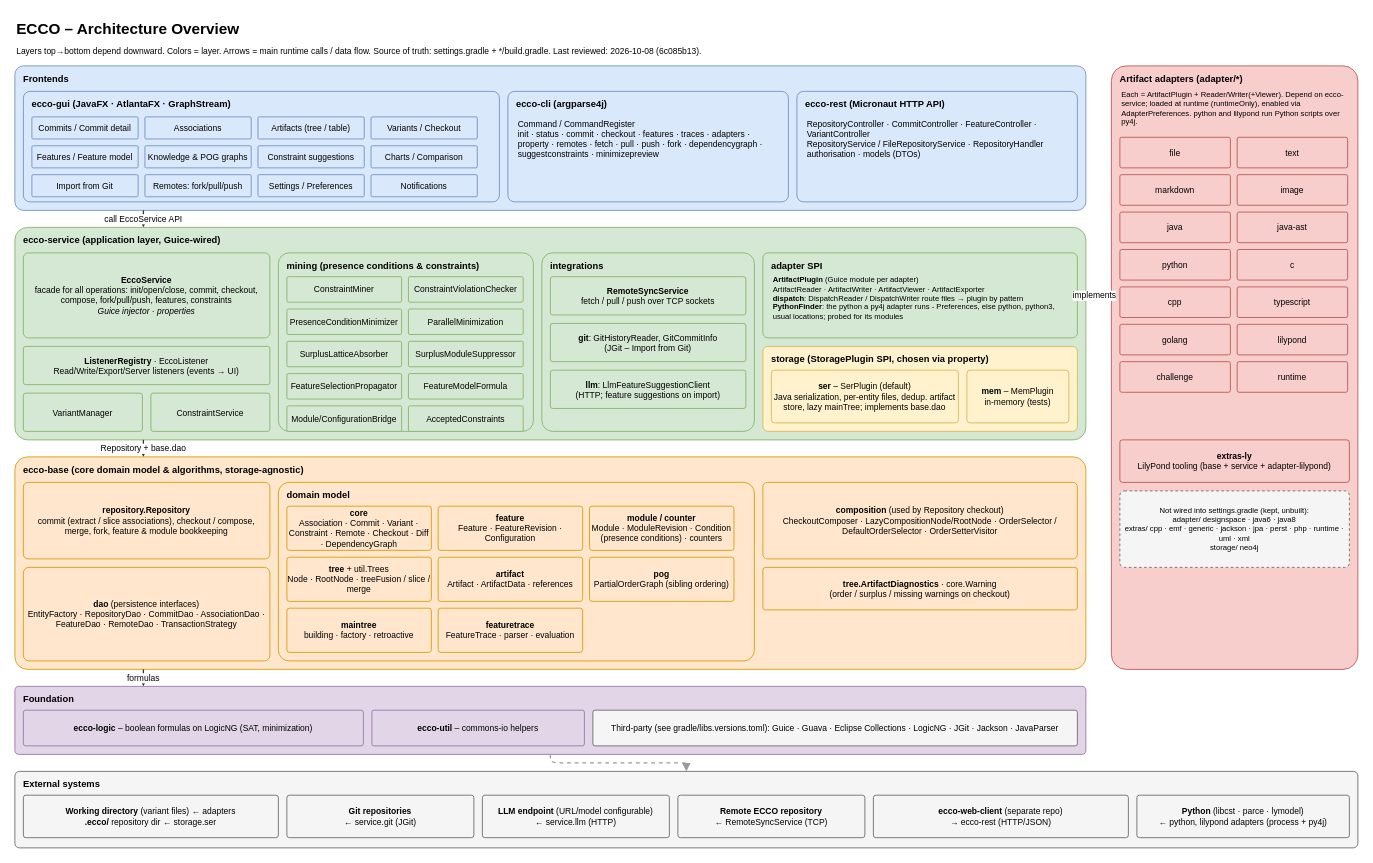
jku-isse/ecco keeps this draw.io diagram as page "Architecture" (1 of 2) of doc/ecco-architecture.drawio. Above is the earlier version. Source tidied: cells renumbered, new cells numbered last; positions are measured from the earlier drawing's top-left corner, leaving out a move shared by most shapes. Both pictures are drawn from the tidied source at 85%, with x=0, y=0 at pixel (14, 14).
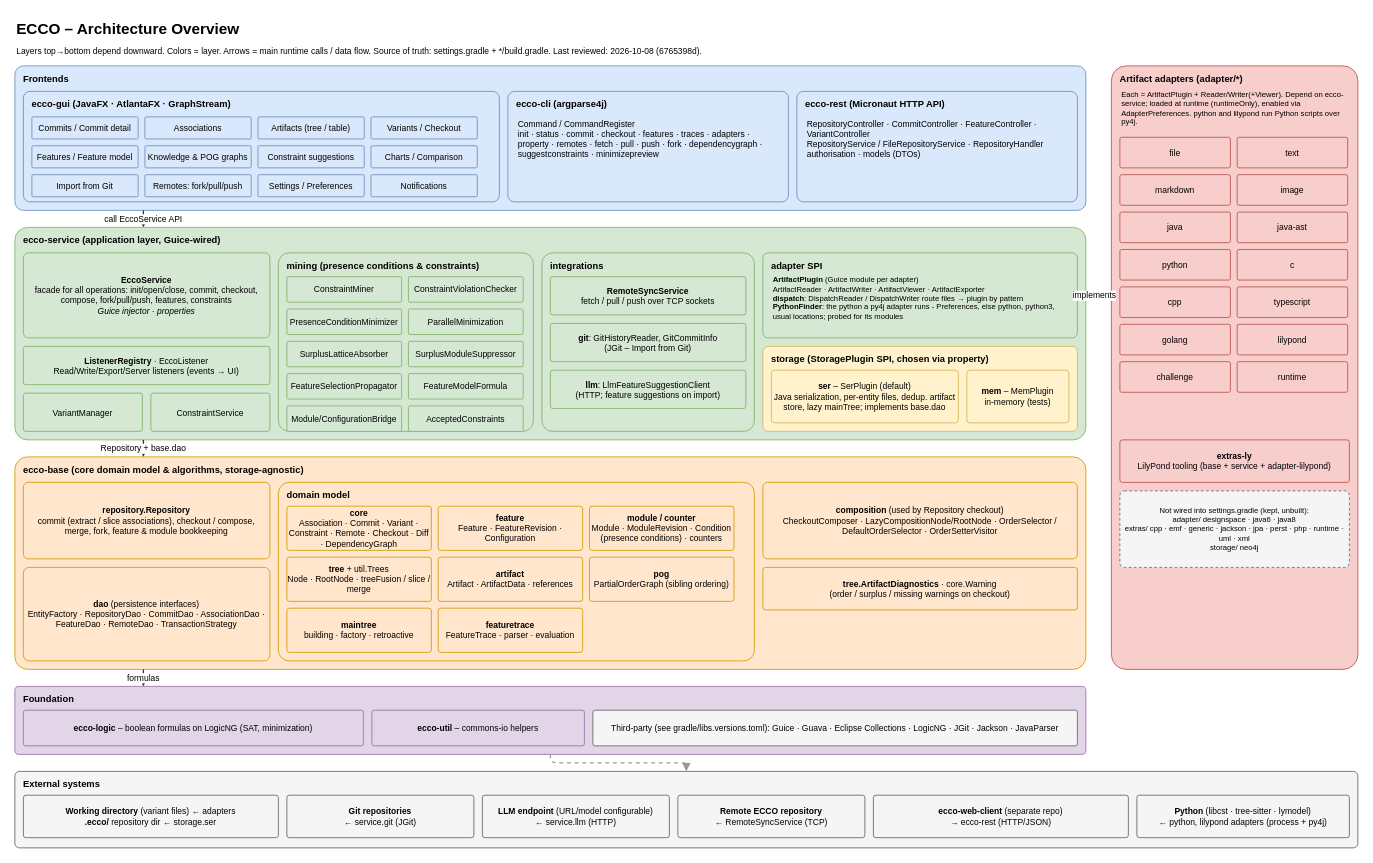
The same page after the edit.

Commit message (it also covers changes not shown here):
Requirements and changelog: LilyPond read with lymodel's tree-sitter parse

The change refers to these unchanged cells:
```xml
<mxCell id="83" value="External systems" style="rounded=1;whiteSpace=wrap;html=1;fillColor=#f5f5f5;strokeColor=#666666;fontSize=11;arcSize=6;verticalAlign=top;align=left;spacingLeft=8;spacingTop=2;fontStyle=1;" parent="1" vertex="1">
  <mxGeometry y="890" width="1580" height="90" as="geometry" />
</mxCell>
```

Change to the diagram source:
```diff
@@
-    <mxCell id="3" value="Layers top→bottom depend downward. Colors = layer. Arrows = main runtime calls / data flow. Source of truth: settings.gradle + */build.gradle. Last reviewed: 2026-10-08 (6c085b13)." style="text;html=1;whiteSpace=wrap;align=left;verticalAlign=top;fontSize=10;" parent="1" vertex="1">
+    <mxCell id="3" value="Layers top→bottom depend downward. Colors = layer. Arrows = main runtime calls / data flow. Source of truth: settings.gradle + */build.gradle. Last reviewed: 2026-10-08 (6765398d)." style="text;html=1;whiteSpace=wrap;align=left;verticalAlign=top;fontSize=10;" parent="1" vertex="1">
       <mxGeometry y="30" width="1300" height="20" as="geometry" />
     </mxCell>
@@
-    <mxCell id="89" value="&lt;b&gt;Python&lt;/b&gt; (libcst · parce · lymodel)&lt;br&gt;← python, lilypond adapters (process + py4j)" style="rounded=1;whiteSpace=wrap;html=1;fillColor=#f5f5f5;strokeColor=#666666;fontSize=10;arcSize=6;align=center;" parent="83" vertex="1">
+    <mxCell id="89" value="&lt;b&gt;Python&lt;/b&gt; (libcst · tree-sitter · lymodel)&lt;br&gt;← python, lilypond adapters (process + py4j)" style="rounded=1;whiteSpace=wrap;html=1;fillColor=#f5f5f5;strokeColor=#666666;fontSize=10;arcSize=6;align=center;" parent="83" vertex="1">
       <mxGeometry x="1320" y="28" width="250" height="50" as="geometry" />
     </mxCell>
```
